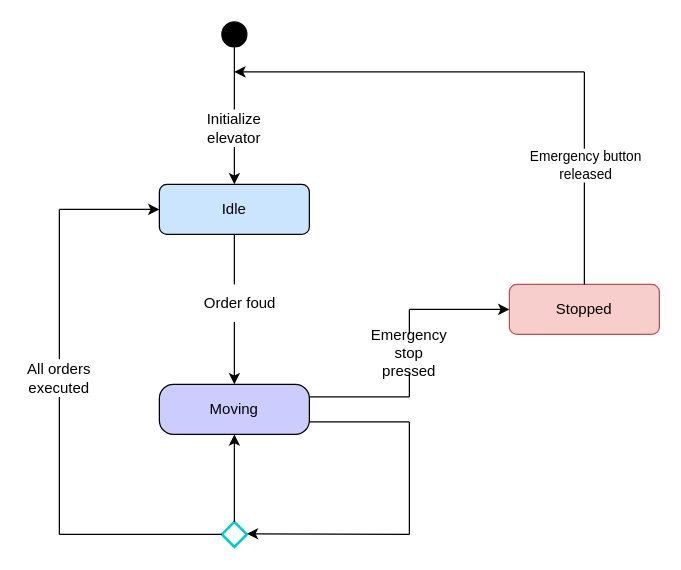
Infeborg/heis keeps this draw.io diagram as Untitled Diagram.drawio. Above is the earlier version. Source tidied: cells renumbered, new cells numbered last; positions are measured from the earlier drawing's top-left corner, leaving out a move shared by most shapes. Both pictures are drawn from the tidied source at 125%, with x=0, y=0 at pixel (21, 21).
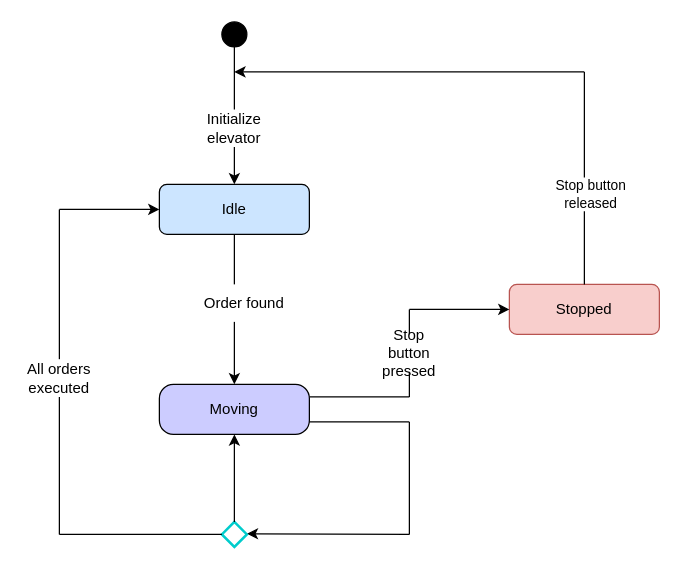
After the change.

Unchanged cells that the change refers to:
```xml
<mxCell id="22" style="endArrow=none;html=1;rounded=0;" parent="1" edge="1">
  <mxGeometry relative="1" as="geometry">
    <mxPoint x="450" y="210" as="sourcePoint" />
    <mxPoint x="450" y="40" as="targetPoint" />
  </mxGeometry>
</mxCell>
```

Change to the diagram source:
```diff
@@
-    <mxCell id="9" value="Order foud" style="text;strokeColor=none;fillColor=#FFFFFF;align=left;verticalAlign=middle;spacingLeft=4;spacingRight=4;overflow=hidden;whiteSpace=wrap;html=1;" parent="1" vertex="1">
+    <mxCell id="9" value="Order foun&lt;span style=&quot;background-color: transparent; color: light-dark(rgb(0, 0, 0), rgb(255, 255, 255));&quot;&gt;d&lt;/span&gt;" style="text;strokeColor=none;fillColor=#FFFFFF;align=left;verticalAlign=middle;spacingLeft=4;spacingRight=4;overflow=hidden;whiteSpace=wrap;html=1;" parent="1" vertex="1">
       <mxGeometry x="140" y="210" width="80" height="30" as="geometry" />
     </mxCell>
@@
-    <mxCell id="21" value="Emergency stop pressed" style="text;html=1;align=center;verticalAlign=middle;whiteSpace=wrap;rounded=0;fillColor=#FFFFFF;" parent="1" vertex="1">
+    <mxCell id="21" value="Stop button pressed" style="text;html=1;align=center;verticalAlign=middle;whiteSpace=wrap;rounded=0;fillColor=#FFFFFF;" parent="1" vertex="1">
       <mxGeometry x="280" y="250" width="60" height="30" as="geometry" />
     </mxCell>
@@
-    <mxCell id="23" value="Emergency button&lt;div&gt;released&lt;/div&gt;" style="edgeLabel;html=1;align=center;verticalAlign=middle;" parent="22" vertex="1">
-      <mxGeometry x="0.13" relative="1" as="geometry" />
-    </mxCell>
+    <mxCell id="28" value="Stop button&lt;div&gt;released&lt;/div&gt;" style="edgeLabel;html=1;align=center;verticalAlign=middle;" parent="22" vertex="1">
+      <mxGeometry x="-0.14" y="-4" relative="1" as="geometry" />
+    </mxCell>
```
